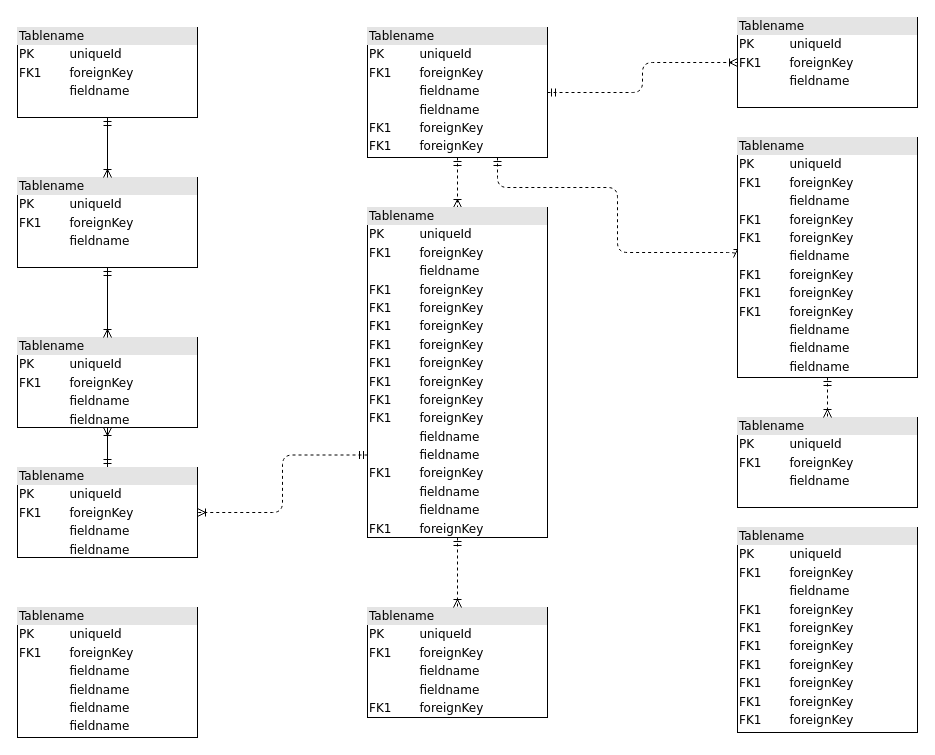
Above: Корус_задание3.drawio in Ravil888/for-images (draw.io), before the change. Source tidied: cells renumbered, new cells numbered last; positions are measured from the earlier drawing's top-left corner, leaving out a move shared by most shapes. Both pictures are drawn from the tidied source at 100%, with x=0, y=0 at pixel (17, 17).
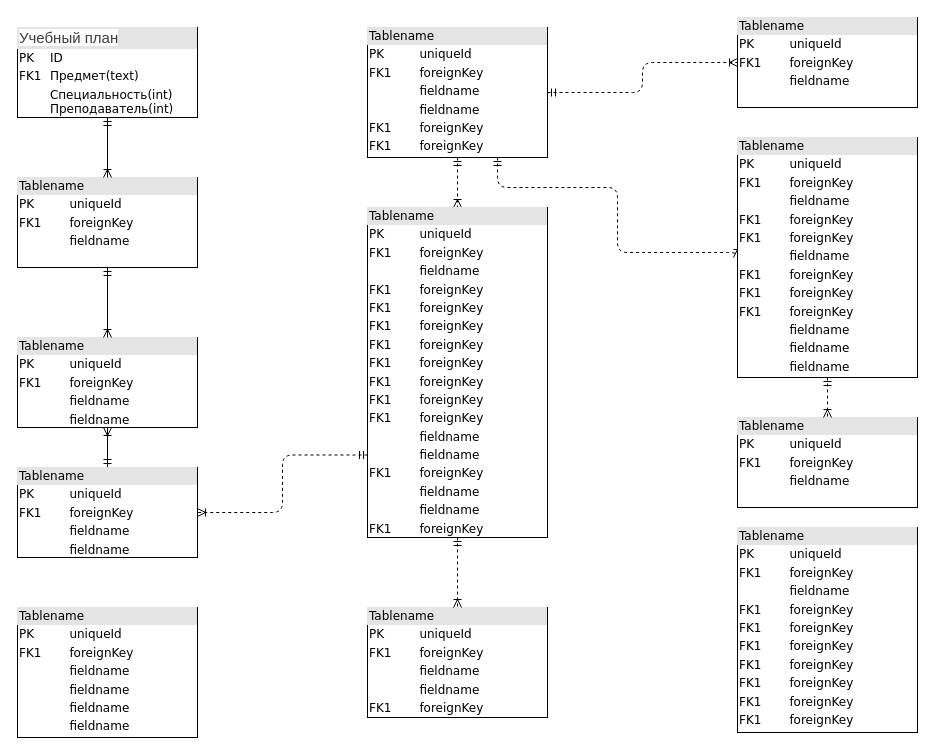
The same diagram, later.

Change to the diagram source:
```diff
@@
-    <mxCell id="2" value="&lt;div style=&quot;box-sizing:border-box;width:100%;background:#e4e4e4;padding:2px;&quot;&gt;Tablename&lt;/div&gt;&lt;table style=&quot;width:100%;font-size:1em;&quot; cellpadding=&quot;2&quot; cellspacing=&quot;0&quot;&gt;&lt;tr&gt;&lt;td&gt;PK&lt;/td&gt;&lt;td&gt;uniqueId&lt;/td&gt;&lt;/tr&gt;&lt;tr&gt;&lt;td&gt;FK1&lt;/td&gt;&lt;td&gt;foreignKey&lt;/td&gt;&lt;/tr&gt;&lt;tr&gt;&lt;td&gt;&lt;/td&gt;&lt;td&gt;fieldname&lt;/td&gt;&lt;/tr&gt;&lt;/table&gt;" style="verticalAlign=top;align=left;overflow=fill;html=1;rounded=0;shadow=0;comic=0;labelBackgroundColor=none;strokeWidth=1;fontFamily=Verdana;fontSize=12;" parent="1" vertex="1">
+    <mxCell id="2" value="&lt;div style=&quot;box-sizing:border-box;width:100%;background:#e4e4e4;padding:2px;&quot;&gt;&lt;span style=&quot;color: rgb(64, 61, 66); font-family: Montserrat, sans-serif; font-size: 15px; font-variant-ligatures: none; text-wrap: wrap; background-color: rgb(252, 252, 252);&quot;&gt;Учебный план&lt;/span&gt;&lt;br&gt;&lt;/div&gt;&lt;table style=&quot;width:100%;font-size:1em;&quot; cellpadding=&quot;2&quot; cellspacing=&quot;0&quot;&gt;&lt;tbody&gt;&lt;tr&gt;&lt;td&gt;PK&lt;/td&gt;&lt;td&gt;ID&lt;/td&gt;&lt;/tr&gt;&lt;tr&gt;&lt;td&gt;FK1&lt;/td&gt;&lt;td&gt;Предмет(text)&lt;/td&gt;&lt;/tr&gt;&lt;tr&gt;&lt;td&gt;&lt;/td&gt;&lt;td&gt;Специальность(int)&lt;br&gt;Преподаватель(int)&lt;/td&gt;&lt;/tr&gt;&lt;/tbody&gt;&lt;/table&gt;" style="verticalAlign=top;align=left;overflow=fill;html=1;rounded=0;shadow=0;comic=0;labelBackgroundColor=none;strokeWidth=1;fontFamily=Verdana;fontSize=12;" parent="1" vertex="1">
       <mxGeometry y="10" width="180" height="90" as="geometry" />
     </mxCell>
```
